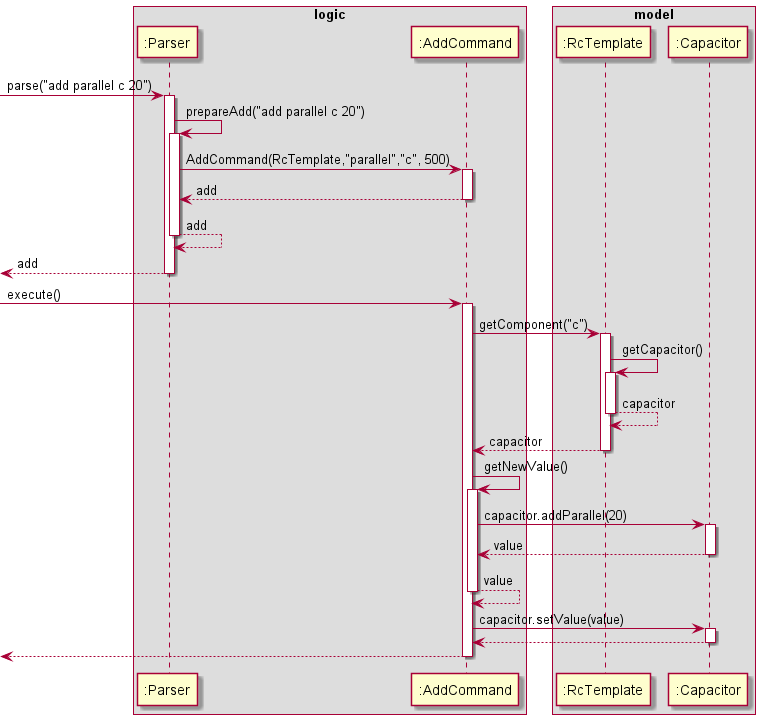
Before: docs/diagrams/AddSequenceDiagram.png, a diagram exported from PlantUML (sevenseasofbri/tp).
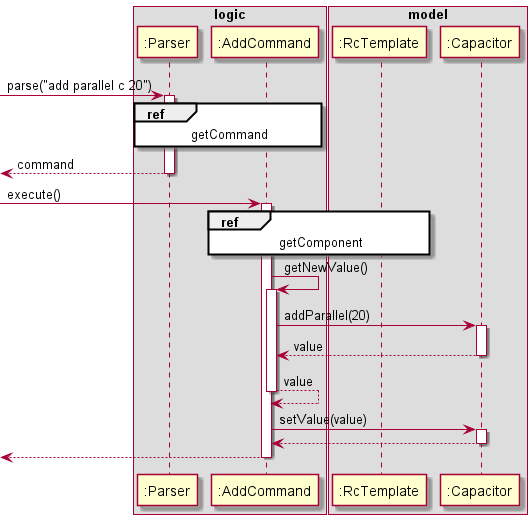
The same file after the commit.

What changed in the source:
```diff
@@ -13,40 +13,20 @@
 [-> Parser : parse("add parallel c 20")
 activate Parser
 
-Parser -> Parser : prepareAdd("add parallel c 20")
-activate Parser
+ref over Parser, AddCommand : getCommand
 
-Parser -> AddCommand : AddCommand(RcTemplate,"parallel","c", 500)
-activate AddCommand
-
-Parser <-- AddCommand : add
-deactivate AddCommand
-
-Parser <-- Parser : add
-deactivate Parser
-
-[<-- Parser : add
+[<-- Parser : command
 deactivate Parser
 
 [-> AddCommand: execute()
 activate AddCommand
 
-AddCommand -> RcTemplate : getComponent("c")
-activate RcTemplate
-
-RcTemplate -> RcTemplate : getCapacitor()
-activate RcTemplate
-
-RcTemplate <-- RcTemplate : capacitor
-deactivate RcTemplate
-
-AddCommand <-- RcTemplate : capacitor
-deactivate RcTemplate
+ref over AddCommand, RcTemplate : getComponent
 
 AddCommand -> AddCommand : getNewValue()
 activate AddCommand
 
-AddCommand -> Capacitor : capacitor.addParallel(20)
+AddCommand -> Capacitor : addParallel(20)
 activate Capacitor
 
 AddCommand <-- Capacitor : value
@@ -55,7 +35,7 @@
 AddCommand <-- AddCommand : value
 deactivate AddCommand
 
-AddCommand -> Capacitor: capacitor.setValue(value)
+AddCommand -> Capacitor: setValue(value)
 activate Capacitor
 
 AddCommand <-- Capacitor
```
